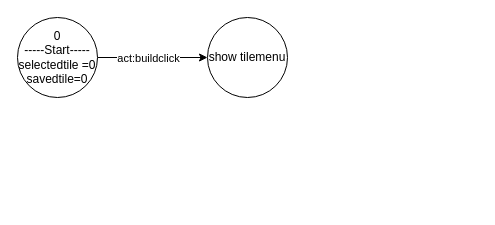
Above: SurgaKulinerfsm.drawio in Trelel129/asset (draw.io), before the change. Source tidied: cells renumbered, new cells numbered last; positions are measured from the earlier drawing's top-left corner, leaving out a move shared by most shapes. Both pictures are drawn from the tidied source at 100%, with x=0, y=0 at pixel (17, 17).
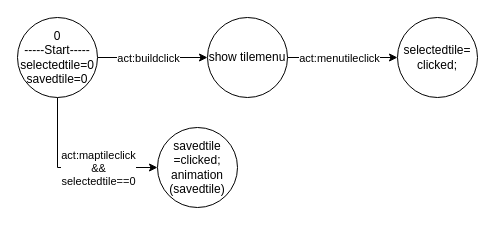
The same page after the edit.

Change to the diagram source:
```diff
@@
 <mxGraphModel>
   <root>
     <mxCell id="0" />
     <mxCell id="1" parent="0" />
     <mxCell id="2" style="edgeStyle=orthogonalEdgeStyle;rounded=0;jettySize=auto;html=1;entryX=0;entryY=0.5;entryDx=0;entryDy=0;" parent="1" edge="1" source="4" target="5">
       <mxGeometry relative="1" as="geometry" />
     </mxCell>
     <mxCell id="3" value="act:buildclick" style="edgeLabel;html=1;align=center;verticalAlign=middle;" parent="2" vertex="1">
       <mxGeometry x="-0.27" relative="1" as="geometry">
         <mxPoint x="10" as="offset" />
       </mxGeometry>
     </mxCell>
+    <mxCell id="6" style="edgeStyle=orthogonalEdgeStyle;rounded=0;jettySize=auto;html=1;entryX=0;entryY=0.5;entryDx=0;entryDy=0;" parent="1" edge="1" source="4" target="10">
+      <mxGeometry relative="1" as="geometry">
+        <Array as="points">
+          <mxPoint x="40" y="150" />
+        </Array>
+      </mxGeometry>
+    </mxCell>
+    <mxCell id="7" value="act:maptileclick&lt;br&gt;&amp;amp;&amp;amp;&lt;br&gt;selectedtile==0" style="edgeLabel;html=1;align=center;verticalAlign=middle;" parent="6" vertex="1">
+      <mxGeometry x="0.13" y="1" relative="1" as="geometry">
+        <mxPoint x="14" y="1" as="offset" />
+      </mxGeometry>
+    </mxCell>
-    <mxCell id="4" value="&lt;div&gt;0&lt;/div&gt;-----Start-----&lt;div&gt;selectedtile =0&lt;/div&gt;&lt;div&gt;savedtile=0&lt;/div&gt;" style="ellipse;whiteSpace=wrap;html=1;" parent="1" vertex="1">
+    <mxCell id="4" value="&lt;div&gt;0&lt;/div&gt;-----Start-----&lt;div&gt;selectedtile=0&lt;/div&gt;&lt;div&gt;savedtile=0&lt;/div&gt;" style="ellipse;whiteSpace=wrap;html=1;" parent="1" vertex="1">
       <mxGeometry width="80" height="80" as="geometry" />
     </mxCell>
+    <mxCell id="8" style="edgeStyle=orthogonalEdgeStyle;rounded=0;jettySize=auto;html=1;" parent="1" edge="1" source="5" target="11">
+      <mxGeometry relative="1" as="geometry" />
+    </mxCell>
+    <mxCell id="9" value="act:menutileclick" style="edgeLabel;html=1;align=center;verticalAlign=middle;" parent="8" vertex="1">
+      <mxGeometry x="-0.35" y="3" relative="1" as="geometry">
+        <mxPoint x="15" y="3" as="offset" />
+      </mxGeometry>
+    </mxCell>
     <mxCell id="5" value="show tilemenu" style="ellipse;whiteSpace=wrap;html=1;" parent="1" vertex="1">
       <mxGeometry x="190" width="80" height="80" as="geometry" />
     </mxCell>
+    <mxCell id="10" value="savedtile&lt;br&gt;=clicked;&lt;br&gt;animation&lt;br&gt;(savedtile)" style="ellipse;whiteSpace=wrap;html=1;" parent="1" vertex="1">
+      <mxGeometry x="140" y="110" width="80" height="80" as="geometry" />
+    </mxCell>
+    <mxCell id="11" value="selectedtile=&lt;br&gt;clicked;" style="ellipse;whiteSpace=wrap;html=1;" parent="1" vertex="1">
+      <mxGeometry x="380" width="80" height="80" as="geometry" />
+    </mxCell>
   </root>
 </mxGraphModel>
```
